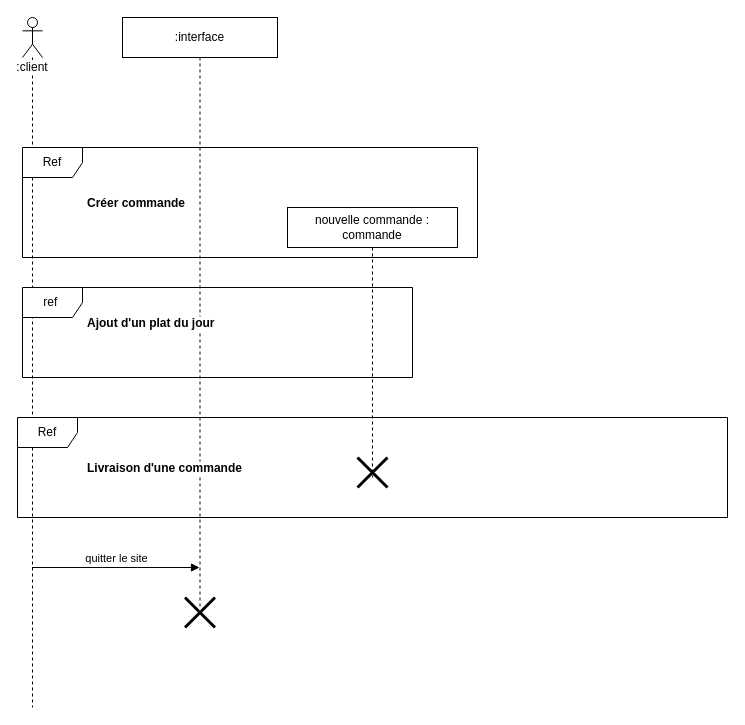
Above: page "entier" (1 of 4) of sequence_diagrams.drawio in sebastien-deren/projet_4 (draw.io), before the change. Source tidied: cells renumbered, new cells numbered last; positions are measured from the earlier drawing's top-left corner, leaving out a move shared by most shapes. Both pictures are drawn from the tidied source at 100%, with x=0, y=0 at pixel (17, 17).
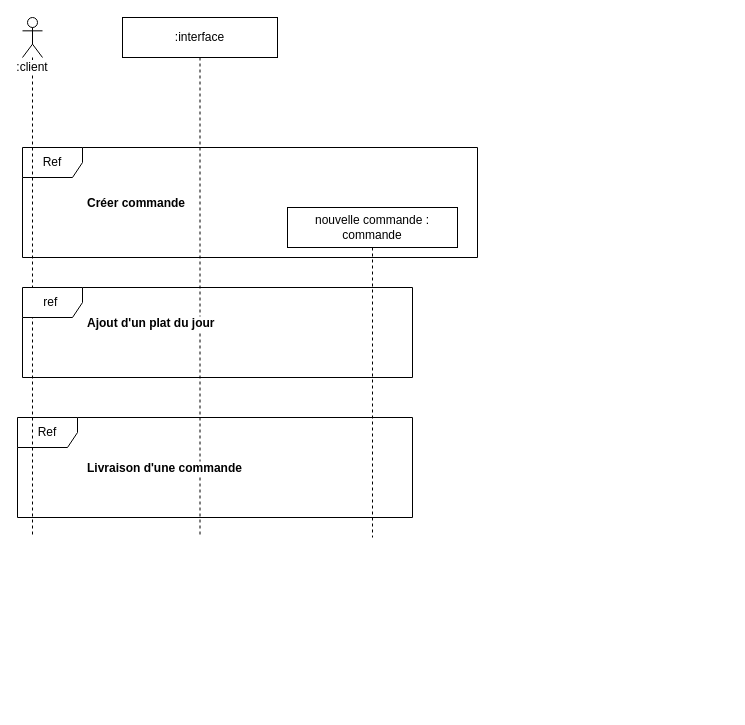
The same page after the edit.

Change to the diagram source:
```diff
@@
 <mxGraphModel>
   <root>
     <mxCell id="0" />
     <mxCell id="1" parent="0" />
+    <mxCell id="10" value="Ref" style="shape=umlFrame;whiteSpace=wrap;html=1;labelBackgroundColor=default;" parent="1" vertex="1">
+      <mxGeometry x="5" y="130" width="455" height="110" as="geometry" />
+    </mxCell>
+    <mxCell id="8" value="Ref" style="shape=umlFrame;whiteSpace=wrap;html=1;labelBackgroundColor=default;" parent="1" vertex="1">
+      <mxGeometry y="400" width="395" height="100" as="geometry" />
+    </mxCell>
     <mxCell id="2" value=":client" style="shape=umlLifeline;participant=umlActor;perimeter=lifelinePerimeter;whiteSpace=wrap;html=1;verticalAlign=top;spacingTop=36;outlineConnect=0;labelBackgroundColor=default;" parent="1" vertex="1">
-      <mxGeometry x="5" width="20" height="690" as="geometry" />
+      <mxGeometry x="5" width="20" height="520" as="geometry" />
     </mxCell>
     <mxCell id="3" value=":interface" style="shape=umlLifeline;perimeter=lifelinePerimeter;whiteSpace=wrap;html=1;outlineConnect=0;labelBackgroundColor=default;" parent="1" vertex="1">
-      <mxGeometry x="105" width="155" height="590" as="geometry" />
+      <mxGeometry x="105" width="155" height="520" as="geometry" />
     </mxCell>
-    <mxCell id="4" style="shape=umlDestroy;whiteSpace=wrap;html=1;strokeWidth=3;labelBackgroundColor=default;" parent="3" vertex="1">
-      <mxGeometry x="62.5" y="580" width="30" height="30" as="geometry" />
-    </mxCell>
     <mxCell id="5" value="nouvelle commande : commande" style="shape=umlLifeline;perimeter=lifelinePerimeter;whiteSpace=wrap;html=1;labelBackgroundColor=default;" parent="1" vertex="1">
-      <mxGeometry x="270" y="190" width="170" height="270" as="geometry" />
+      <mxGeometry x="270" y="190" width="170" height="330" as="geometry" />
     </mxCell>
     <mxCell id="6" value="ref&amp;nbsp;" style="shape=umlFrame;whiteSpace=wrap;html=1;labelBackgroundColor=default;" parent="5" vertex="1">
       <mxGeometry x="-265" y="80" width="390" height="90" as="geometry" />
     </mxCell>
-    <mxCell id="7" style="shape=umlDestroy;whiteSpace=wrap;html=1;strokeWidth=3;labelBackgroundColor=default;" parent="5" vertex="1">
-      <mxGeometry x="70" y="250" width="30" height="30" as="geometry" />
-    </mxCell>
-    <mxCell id="8" value="Ref" style="shape=umlFrame;whiteSpace=wrap;html=1;labelBackgroundColor=default;" parent="1" vertex="1">
-      <mxGeometry y="400" width="710" height="100" as="geometry" />
-    </mxCell>
     <mxCell id="9" value="Livraison d'une commande" style="text;align=left;fontStyle=1;verticalAlign=middle;spacingLeft=3;spacingRight=3;strokeColor=none;labelBackgroundColor=default;" parent="1" vertex="1">
       <mxGeometry x="65" y="437" width="160" height="26" as="geometry" />
     </mxCell>
-    <mxCell id="10" value="Ref" style="shape=umlFrame;whiteSpace=wrap;html=1;labelBackgroundColor=default;" parent="1" vertex="1">
-      <mxGeometry x="5" y="130" width="455" height="110" as="geometry" />
-    </mxCell>
     <mxCell id="11" value="Créer commande" style="text;align=left;fontStyle=1;verticalAlign=middle;spacingLeft=3;spacingRight=3;strokeColor=none;labelBackgroundColor=default;" parent="1" vertex="1">
       <mxGeometry x="65" y="172" width="80" height="26" as="geometry" />
     </mxCell>
     <mxCell id="12" value="Ajout d'un plat du jour" style="text;align=left;fontStyle=1;verticalAlign=middle;spacingLeft=3;spacingRight=3;strokeColor=none;labelBackgroundColor=default;" parent="1" vertex="1">
       <mxGeometry x="65" y="292" width="180" height="26" as="geometry" />
     </mxCell>
-    <mxCell id="13" value="quitter le site" style="html=1;verticalAlign=bottom;endArrow=block;rounded=0;" parent="1" edge="1" source="2" target="3">
-      <mxGeometry relative="1" as="geometry">
-        <Array as="points">
-          <mxPoint x="85" y="550" />
-        </Array>
-      </mxGeometry>
-    </mxCell>
   </root>
 </mxGraphModel>
```
